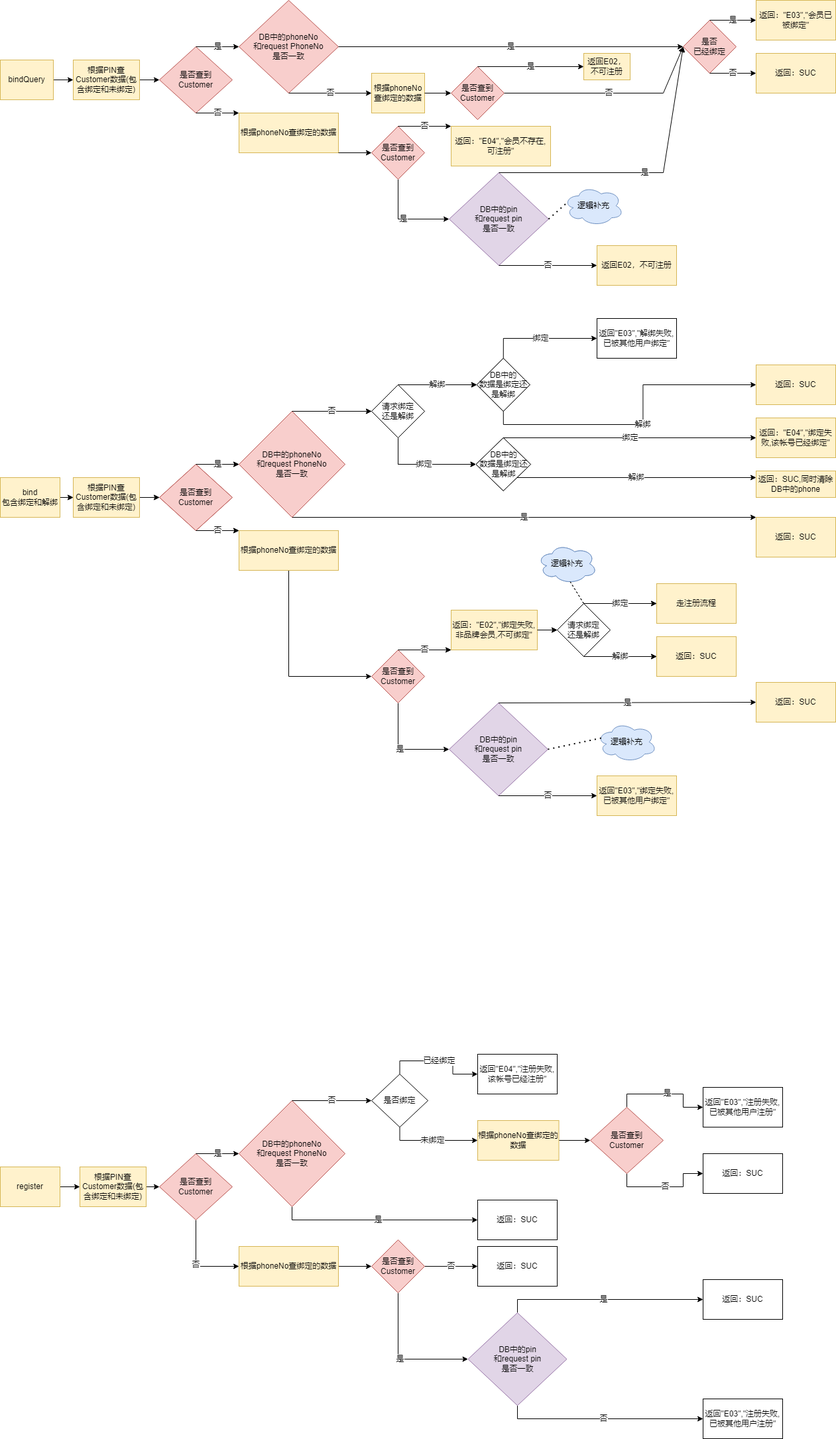
xiaoqforever/diagrams keeps this draw.io diagram as diagrams2/111.png. Above is the earlier version. Source tidied: cells renumbered, new cells last; positions are measured from the earlier drawing's top-left corner, leaving out a move shared by most shapes.
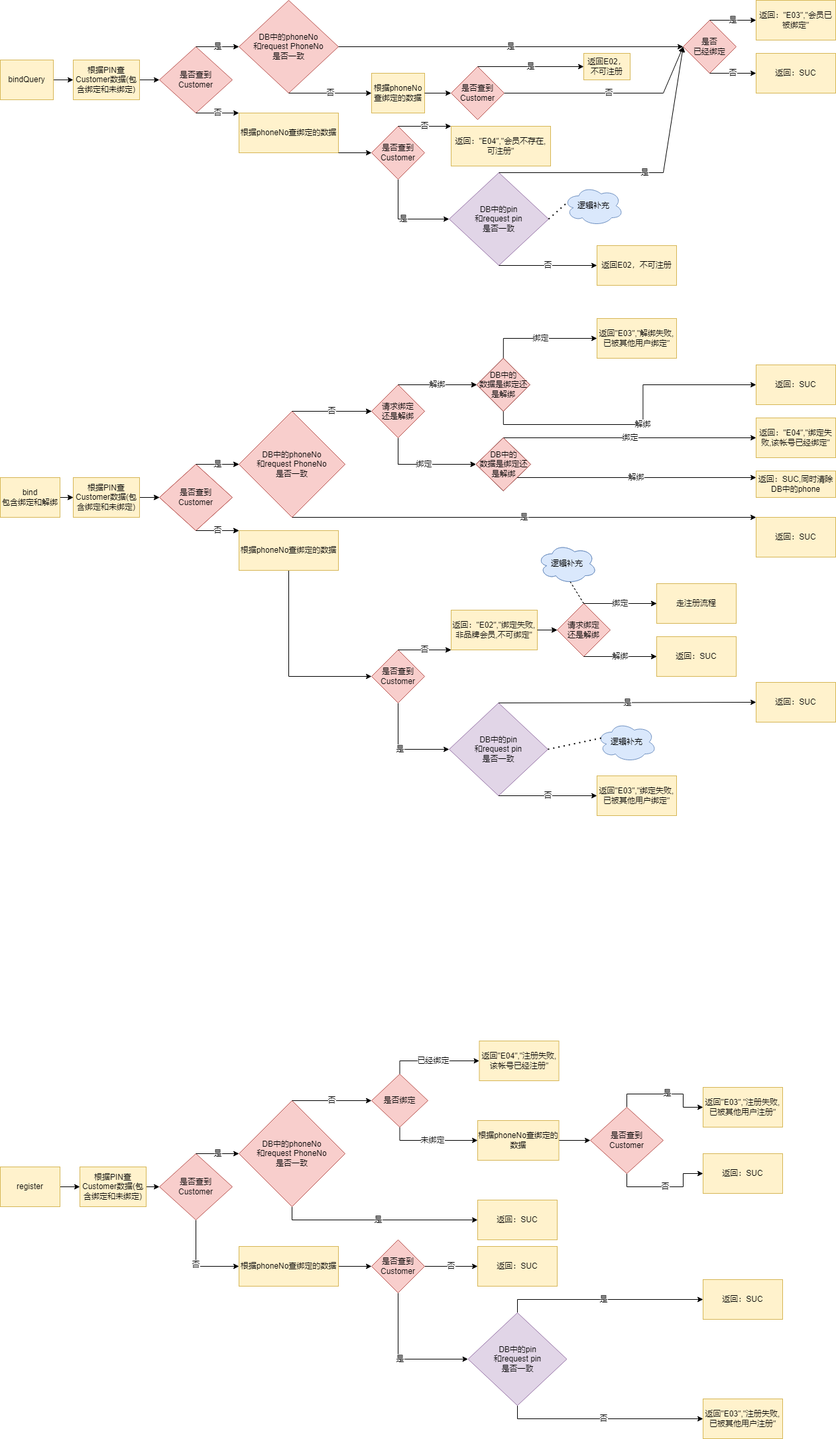
The same file after the commit.

Change to the diagram source:
```diff
@@ -238,7 +238,7 @@
     <mxCell id="76" value="解绑" style="endArrow=classic;html=1;rounded=0;exitX=1;exitY=1;exitDx=0;exitDy=0;entryX=0;entryY=0.25;entryDx=0;entryDy=0;" parent="1" edge="1" source="69" target="72">
       <mxGeometry relative="1" as="geometry" />
     </mxCell>
-    <mxCell id="77" value="返回&quot;E03&quot;,&quot;解绑失败,已被其他用户绑定&quot;" style="rounded=0;whiteSpace=wrap;html=1;" parent="1" vertex="1">
+    <mxCell id="77" value="返回&quot;E03&quot;,&quot;解绑失败,已被其他用户绑定&quot;" style="rounded=0;whiteSpace=wrap;html=1;fillColor=#fff2cc;strokeColor=#d6b656;" parent="1" vertex="1">
       <mxGeometry x="900" y="480" width="120" height="60" as="geometry" />
     </mxCell>
     <mxCell id="78" value="返回：SUC" style="rounded=0;whiteSpace=wrap;html=1;fillColor=#fff2cc;strokeColor=#d6b656;" parent="1" vertex="1">
@@ -327,19 +327,19 @@
     <mxCell id="105" value="绑定" style="edgeStyle=orthogonalEdgeStyle;rounded=0;jettySize=auto;html=1;exitX=0.5;exitY=1;exitDx=0;exitDy=0;entryX=0;entryY=0.5;entryDx=0;entryDy=0;" parent="1" edge="1" source="106" target="108">
       <mxGeometry relative="1" as="geometry" />
     </mxCell>
-    <mxCell id="106" value="请求绑定&lt;br&gt;还是解绑" style="rhombus;whiteSpace=wrap;html=1;" parent="1" vertex="1">
+    <mxCell id="106" value="请求绑定&lt;br&gt;还是解绑" style="rhombus;whiteSpace=wrap;html=1;fillColor=#f8cecc;strokeColor=#b85450;" parent="1" vertex="1">
       <mxGeometry x="560" y="580" width="80" height="80" as="geometry" />
     </mxCell>
     <mxCell id="107" value="解绑" style="endArrow=classic;html=1;rounded=0;exitX=0.5;exitY=0;exitDx=0;exitDy=0;entryX=0;entryY=0.5;entryDx=0;entryDy=0;" parent="1" edge="1" source="106" target="109">
       <mxGeometry relative="1" as="geometry" />
     </mxCell>
-    <mxCell id="108" value="DB中的&lt;br&gt;数据是绑定还是解绑" style="rhombus;whiteSpace=wrap;html=1;" parent="1" vertex="1">
+    <mxCell id="108" value="DB中的&lt;br&gt;数据是绑定还是解绑" style="rhombus;whiteSpace=wrap;html=1;fillColor=#f8cecc;strokeColor=#b85450;" parent="1" vertex="1">
       <mxGeometry x="717.5" y="660" width="82.5" height="80" as="geometry" />
     </mxCell>
-    <mxCell id="109" value="DB中的&lt;br&gt;数据是绑定还是解绑" style="rhombus;whiteSpace=wrap;html=1;" parent="1" vertex="1">
+    <mxCell id="109" value="DB中的&lt;br&gt;数据是绑定还是解绑" style="rhombus;whiteSpace=wrap;html=1;fillColor=#f8cecc;strokeColor=#b85450;" parent="1" vertex="1">
       <mxGeometry x="718.8" y="540" width="80" height="80" as="geometry" />
     </mxCell>
-    <mxCell id="110" value="请求绑定&lt;br&gt;还是解绑" style="rhombus;whiteSpace=wrap;html=1;" parent="1" vertex="1">
+    <mxCell id="110" value="请求绑定&lt;br&gt;还是解绑" style="rhombus;whiteSpace=wrap;html=1;fillColor=#f8cecc;strokeColor=#b85450;" parent="1" vertex="1">
       <mxGeometry x="840" y="910" width="80" height="80" as="geometry" />
     </mxCell>
     <mxCell id="111" style="endArrow=classic;html=1;rounded=0;exitX=1;exitY=0.5;exitDx=0;exitDy=0;entryX=0;entryY=0.5;entryDx=0;entryDy=0;" parent="1" edge="1" source="103" target="110">
@@ -391,7 +391,7 @@
     <mxCell id="125" value="未绑定" style="edgeStyle=orthogonalEdgeStyle;rounded=0;jettySize=auto;html=1;exitX=0.5;exitY=1;exitDx=0;exitDy=0;entryX=0;entryY=0.5;entryDx=0;entryDy=0;" parent="1" edge="1" source="126" target="133">
       <mxGeometry relative="1" as="geometry" />
     </mxCell>
-    <mxCell id="126" value="是否绑定" style="rhombus;whiteSpace=wrap;html=1;" parent="1" vertex="1">
+    <mxCell id="126" value="是否绑定" style="rhombus;whiteSpace=wrap;html=1;fillColor=#f8cecc;strokeColor=#b85450;" parent="1" vertex="1">
       <mxGeometry x="560" y="1620" width="85" height="80" as="geometry" />
     </mxCell>
     <mxCell id="127" style="endArrow=classic;html=1;rounded=0;exitX=1;exitY=0.5;exitDx=0;exitDy=0;entryX=0;entryY=0.5;entryDx=0;entryDy=0;" parent="1" edge="1" source="128">
@@ -408,8 +408,8 @@
     <mxCell id="130" value="根据phoneNo查绑定的数据" style="rounded=0;whiteSpace=wrap;html=1;fillColor=#fff2cc;strokeColor=#d6b656;" parent="1" vertex="1">
       <mxGeometry x="360" y="1880" width="150" height="60" as="geometry" />
     </mxCell>
-    <mxCell id="131" value="返回&quot;E04&quot;,&quot;注册失败,该帐号已经注册&quot;" style="rounded=0;whiteSpace=wrap;html=1;" parent="1" vertex="1">
-      <mxGeometry x="720" y="1590" width="120" height="60" as="geometry" />
+    <mxCell id="131" value="返回&quot;E04&quot;,&quot;注册失败,该帐号已经注册&quot;" style="rounded=0;whiteSpace=wrap;html=1;fillColor=#fff2cc;strokeColor=#d6b656;" parent="1" vertex="1">
+      <mxGeometry x="722.5" y="1570" width="120" height="60" as="geometry" />
     </mxCell>
     <mxCell id="132" style="edgeStyle=orthogonalEdgeStyle;rounded=0;jettySize=auto;html=1;exitX=1;exitY=0.5;exitDx=0;exitDy=0;entryX=0;entryY=0.5;entryDx=0;entryDy=0;" parent="1" edge="1" source="133">
       <mxGeometry relative="1" as="geometry">
@@ -431,13 +431,13 @@
     <mxCell id="137" value="是否查到&lt;br&gt;Customer" style="rhombus;whiteSpace=wrap;html=1;fillColor=#f8cecc;strokeColor=#b85450;" parent="1" vertex="1">
       <mxGeometry x="890" y="1670" width="110" height="100" as="geometry" />
     </mxCell>
-    <mxCell id="138" value="返回&quot;E03&quot;,&quot;注册失败,已被其他用户注册&quot;" style="rounded=0;whiteSpace=wrap;html=1;" parent="1" vertex="1">
+    <mxCell id="138" value="返回&quot;E03&quot;,&quot;注册失败,已被其他用户注册&quot;" style="rounded=0;whiteSpace=wrap;html=1;fillColor=#fff2cc;strokeColor=#d6b656;" parent="1" vertex="1">
       <mxGeometry x="1060" y="1640" width="120" height="60" as="geometry" />
     </mxCell>
-    <mxCell id="139" value="返回：SUC" style="rounded=0;whiteSpace=wrap;html=1;" parent="1" vertex="1">
+    <mxCell id="139" value="返回：SUC" style="rounded=0;whiteSpace=wrap;html=1;fillColor=#fff2cc;strokeColor=#d6b656;" parent="1" vertex="1">
       <mxGeometry x="1060" y="1740" width="120" height="60" as="geometry" />
     </mxCell>
-    <mxCell id="140" value="返回：SUC" style="rounded=0;whiteSpace=wrap;html=1;" parent="1" vertex="1">
+    <mxCell id="140" value="返回：SUC" style="rounded=0;whiteSpace=wrap;html=1;fillColor=#fff2cc;strokeColor=#d6b656;" parent="1" vertex="1">
       <mxGeometry x="720" y="1810" width="120" height="60" as="geometry" />
     </mxCell>
     <mxCell id="141" value="否" style="edgeStyle=orthogonalEdgeStyle;rounded=0;jettySize=auto;html=1;exitX=1;exitY=0.5;exitDx=0;exitDy=0;entryX=0;entryY=0.5;entryDx=0;entryDy=0;" parent="1" edge="1" source="143" target="147">
@@ -458,13 +458,13 @@
     <mxCell id="146" value="DB中的pin&lt;br&gt;和request&amp;nbsp;pin&lt;br&gt;是否一致" style="rhombus;whiteSpace=wrap;html=1;fillColor=#e1d5e7;strokeColor=#9673a6;" parent="1" vertex="1">
       <mxGeometry x="705.5" y="1980" width="149" height="140" as="geometry" />
     </mxCell>
-    <mxCell id="147" value="返回：SUC" style="rounded=0;whiteSpace=wrap;html=1;" parent="1" vertex="1">
+    <mxCell id="147" value="返回：SUC" style="rounded=0;whiteSpace=wrap;html=1;fillColor=#fff2cc;strokeColor=#d6b656;" parent="1" vertex="1">
       <mxGeometry x="720" y="1880" width="120" height="60" as="geometry" />
     </mxCell>
-    <mxCell id="148" value="返回：SUC" style="rounded=0;whiteSpace=wrap;html=1;" parent="1" vertex="1">
+    <mxCell id="148" value="返回：SUC" style="rounded=0;whiteSpace=wrap;html=1;fillColor=#fff2cc;strokeColor=#d6b656;" parent="1" vertex="1">
       <mxGeometry x="1060" y="1930" width="120" height="60" as="geometry" />
     </mxCell>
-    <mxCell id="149" value="返回&quot;E03&quot;,&quot;注册失败,已被其他用户注册&quot;" style="rounded=0;whiteSpace=wrap;html=1;" parent="1" vertex="1">
+    <mxCell id="149" value="返回&quot;E03&quot;,&quot;注册失败,已被其他用户注册&quot;" style="rounded=0;whiteSpace=wrap;html=1;fillColor=#fff2cc;strokeColor=#d6b656;" parent="1" vertex="1">
       <mxGeometry x="1060" y="2110" width="120" height="60" as="geometry" />
     </mxCell>
   </root>
```
